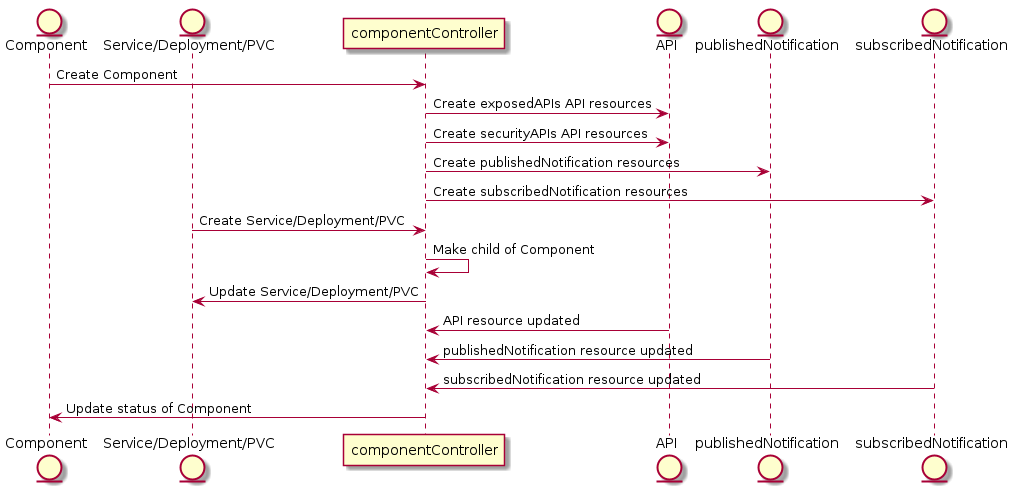
Before: doc/canvas/source/operators/componentOperator/sequenceDiagrams/componentOperator.png, a diagram exported from PlantUML (tmforum-oda/oda-ca-docs).
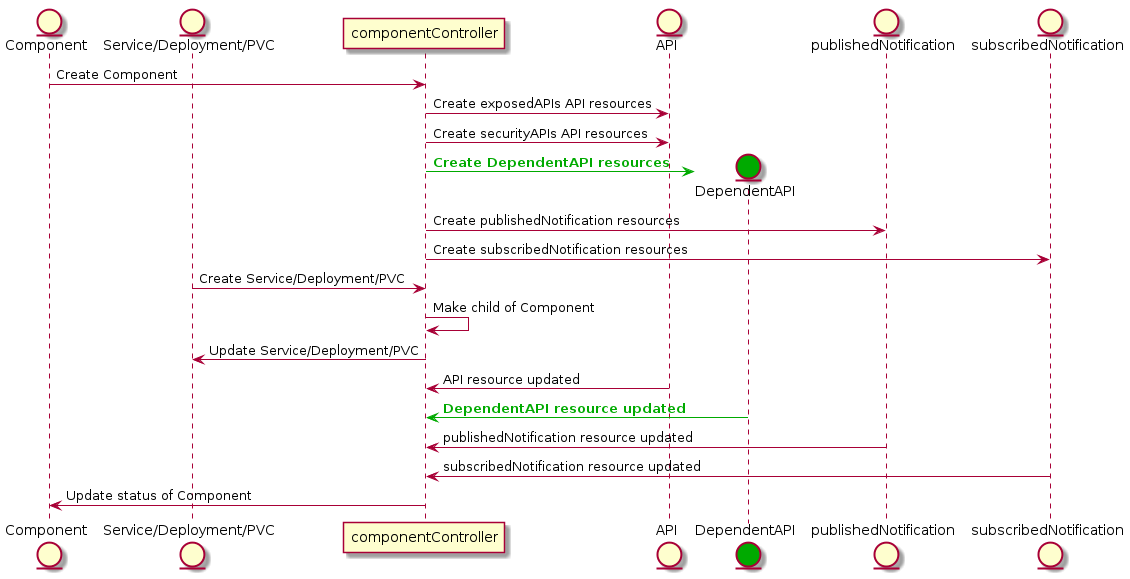
After the commit.

Change to the diagram source:
```diff
@@ -1,14 +1,18 @@
 @startuml
+skin rose
+
 entity Component
 entity "Service/Deployment/PVC"
 participant componentController
 entity API
+entity DependentAPI #00AA00
 entity publishedNotification
 entity subscribedNotification
 
 Component-> componentController: Create Component
 componentController -> API: Create exposedAPIs API resources
 componentController -> API: Create securityAPIs API resources
+componentController -[#00AA00]> DependentAPI **: <b><color:#00AA00>Create DependentAPI resources</color></b>
 componentController -> publishedNotification: Create publishedNotification resources
 componentController -> subscribedNotification: Create subscribedNotification resources
 
@@ -18,6 +22,7 @@
 componentController-> "Service/Deployment/PVC": Update Service/Deployment/PVC
 
 API-> componentController: API resource updated
+DependentAPI-[#00AA00]> componentController : <b><color:#00AA00>DependentAPI resource updated</color></b>
 publishedNotification-> componentController: publishedNotification resource updated
 subscribedNotification-> componentController: subscribedNotification resource updated
 componentController -> Component: Update status of Component
```
